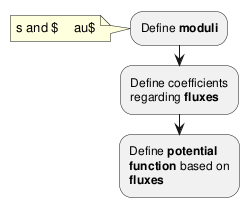
Earlier version of the PlantUML export hyp/Reporte01.TEX/Chapters/01.- Introducción/flowchart-optimization.tex.png (Lang-Lovdog/MIE_TESIS). Its diagram source:
```plantuml
@startuml
:Define **moduli**;
note left: s and $\tau$
:Define coefficients
regarding **fluxes**;
:Define **potential**
**function** based on
**fluxes**;
@enduml
```
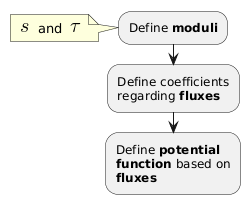
Later version of the same file.

What changed in the source:
```diff
@@ -1,6 +1,6 @@
 @startuml
 :Define **moduli**;
-note left: s and $\tau$
+note left: <latex>s</latex> and <latex>\tau</latex>
 :Define coefficients
 regarding **fluxes**;
 :Define **potential**
```
